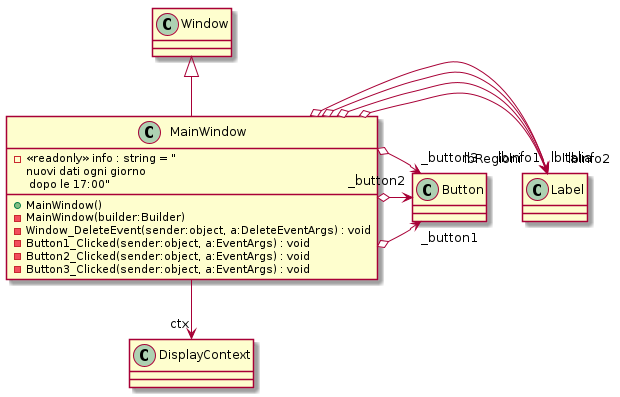
Matteoserafini-lab/PMO_Proj-DatiCovid keeps this PlantUML diagram as uml/Properties/Windows/MainWindow.png. Above is the earlier version. The source it was exported from:
```plantuml
@startuml
class MainWindow {
    - <<readonly>> info : string = "\nnuovi dati ogni giorno\n dopo le 17:00"
    + MainWindow()
    - MainWindow(builder:Builder)
    - Window_DeleteEvent(sender:object, a:DeleteEventArgs) : void
    - Button1_Clicked(sender:object, a:EventArgs) : void
    - Button2_Clicked(sender:object, a:EventArgs) : void
    - Button3_Clicked(sender:object, a:EventArgs) : void
}
Window <|-- MainWindow
MainWindow o-> "lbInfo1" Label
MainWindow o-> "lbItalia" Label
MainWindow o-> "lbRegioni" Label
MainWindow o-> "lbInfo2" Label
MainWindow o-> "_button1" Button
MainWindow o-> "_button2" Button
MainWindow o-> "_button3" Button
MainWindow --> "ctx" DisplayContext
@enduml
```
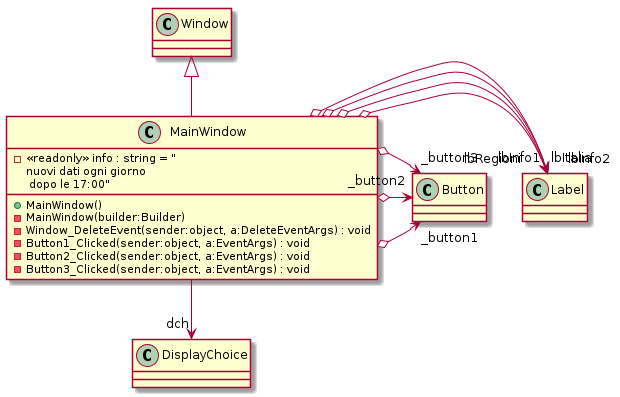
The same diagram one commit later.

The edit, as a diff of the source:
```diff
@@ -16,5 +16,5 @@
 MainWindow o-> "_button1" Button
 MainWindow o-> "_button2" Button
 MainWindow o-> "_button3" Button
-MainWindow --> "ctx" DisplayContext
+MainWindow --> "dch" DisplayChoice
 @enduml
```
